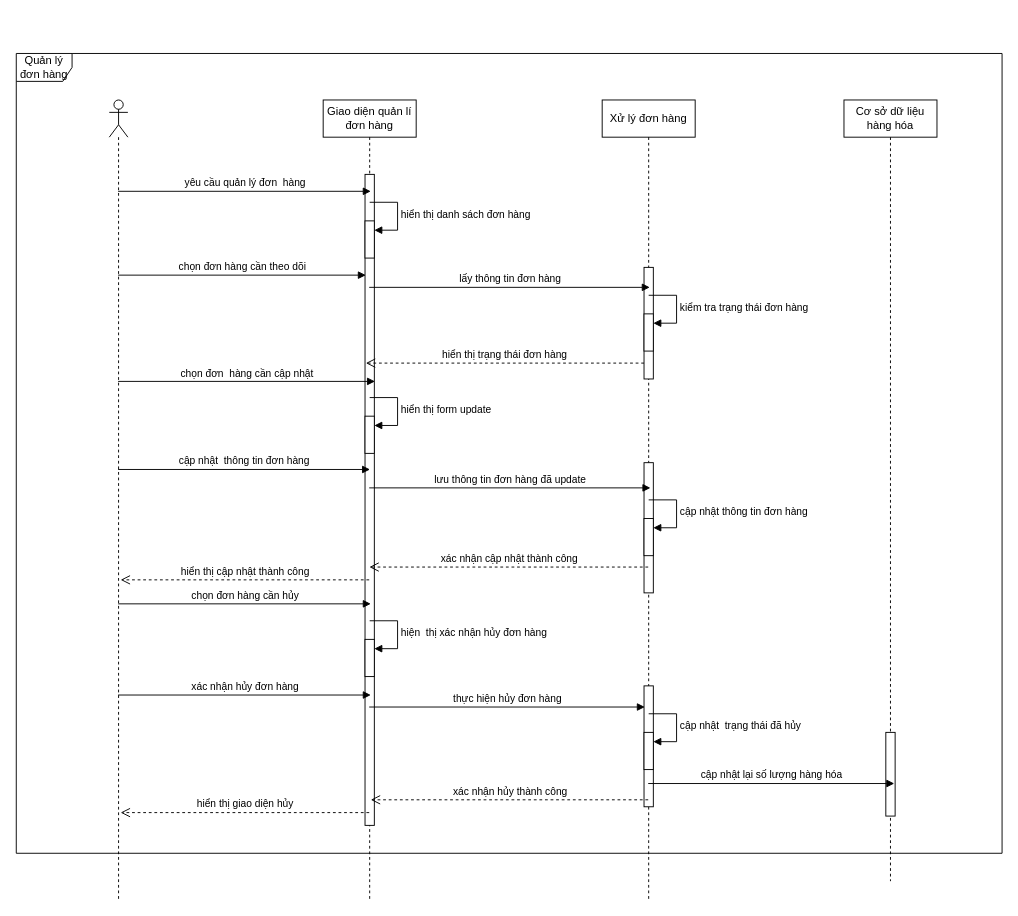
This is NV-QLĐH sequence.drawio from RomJoke/K, a draw.io file, before an edit. Source tidied: cells renumbered, new cells numbered last; positions are measured from the earlier drawing's top-left corner, leaving out a move shared by most shapes. Both pictures are drawn from the tidied source at 93%, with x=0, y=0 at pixel (16, 53).
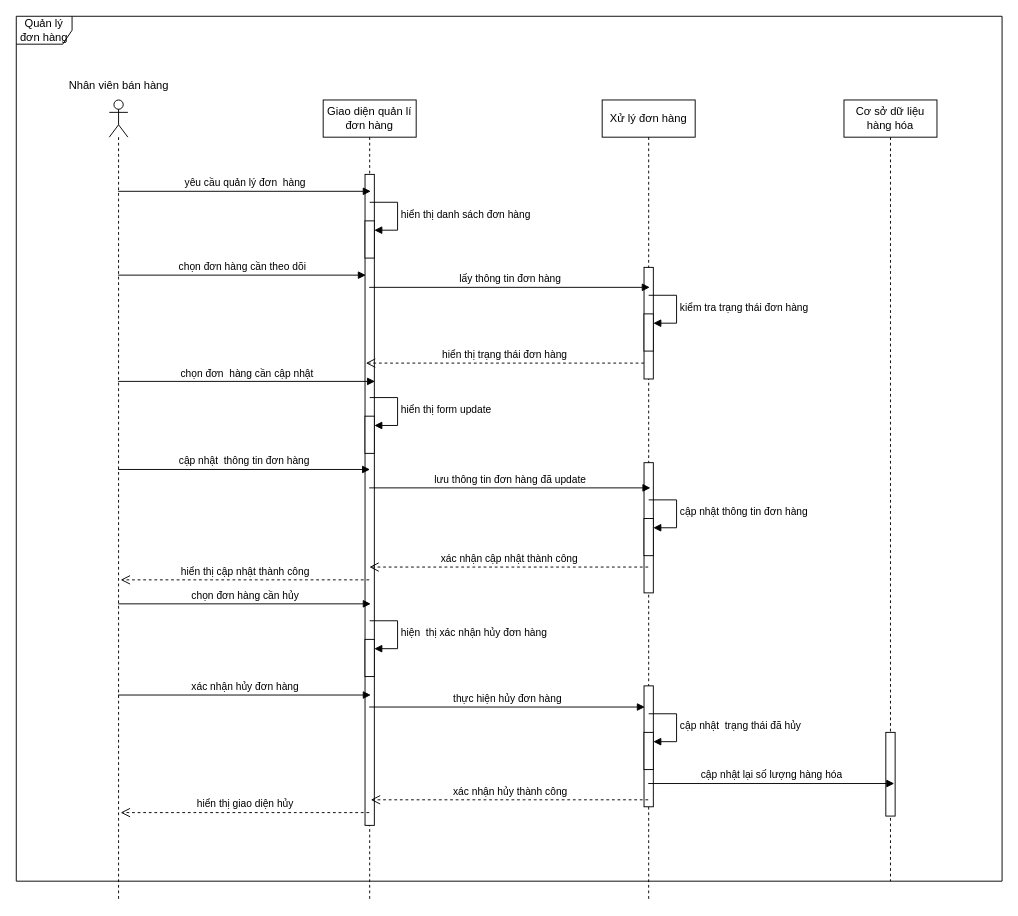
After the change.

Diff of the diagram source:
```diff
@@
     <mxCell id="2" value="Quản lý đơn hàng" style="shape=umlFrame;whiteSpace=wrap;html=1;" parent="1" vertex="1">
-      <mxGeometry width="1060" height="860" as="geometry" />
+      <mxGeometry y="-40" width="1060" height="930" as="geometry" />
     </mxCell>
@@
+    <mxCell id="39" value="Nhân viên bán hàng" style="text;html=1;align=center;verticalAlign=middle;strokeColor=none;fillColor=none;" parent="1" vertex="1">
+      <mxGeometry x="45" y="20" width="130" height="30" as="geometry" />
+    </mxCell>
```
